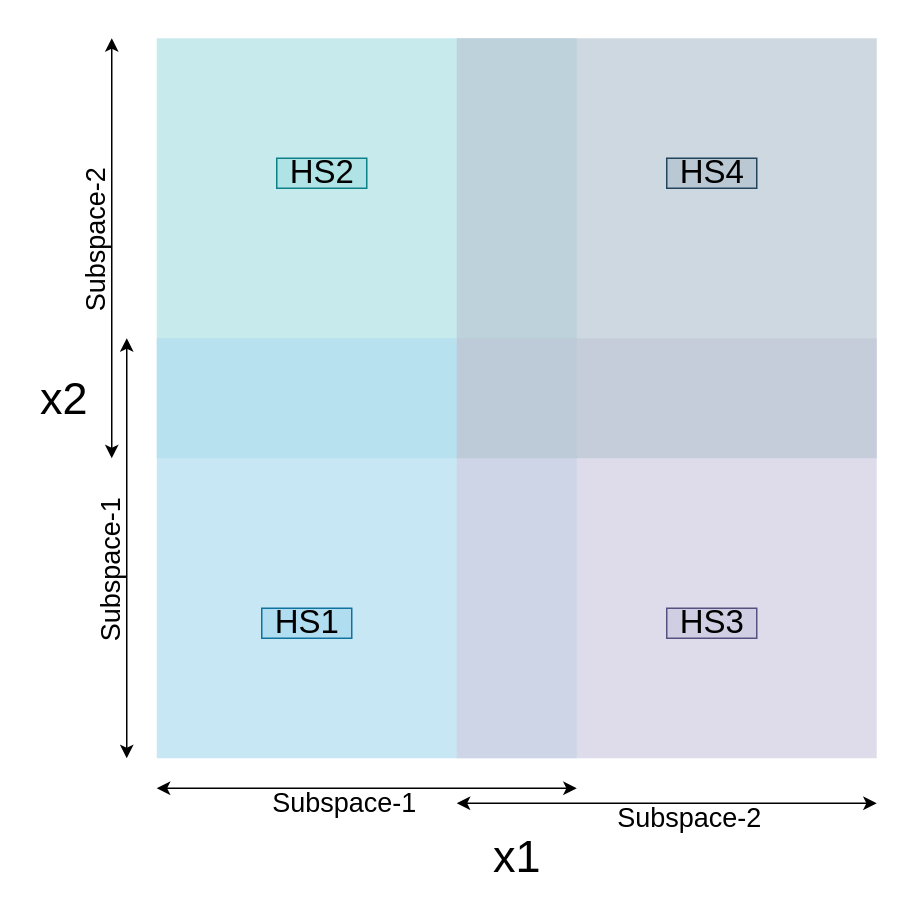
ShivaprasadNadagoudr/distributed-safe-bo keeps this draw.io diagram as page "Page-2" (2 of 7) of drawings/ovr_dbo_hyperspace.drawio. Above is the earlier version. Source tidied: cells renumbered, new cells numbered last; positions are measured from the earlier drawing's top-left corner, leaving out a move shared by most shapes. Both pictures are drawn from the tidied source at 150%, with x=0, y=0 at pixel (6, 38).
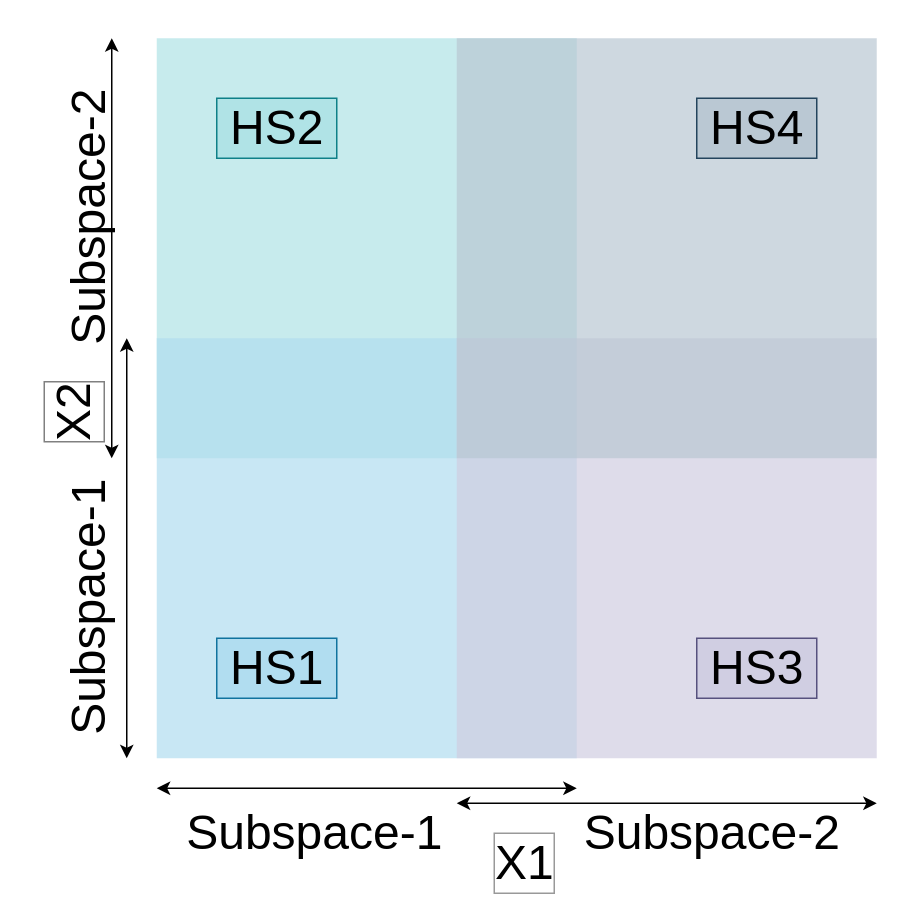
Above is the later version.

Diff of the diagram source:
```diff
@@
-    <mxCell id="2" value="&lt;font style=&quot;font-size: 30px&quot;&gt;x1&lt;/font&gt;" style="text;html=1;align=center;verticalAlign=middle;strokeColor=none;fillColor=none;" parent="1" vertex="1">
-      <mxGeometry x="315" y="530" width="50" height="30" as="geometry" />
-    </mxCell>
-    <mxCell id="3" value="&lt;font style=&quot;font-size: 30px&quot;&gt;x2&lt;/font&gt;" style="text;html=1;align=center;verticalAlign=middle;strokeColor=none;fillColor=none;" parent="1" vertex="1">
-      <mxGeometry x="13" y="225" width="50" height="30" as="geometry" />
-    </mxCell>
@@
-    <mxCell id="8" value="&lt;font style=&quot;font-size: 18px&quot;&gt;Subspace-1&lt;/font&gt;" style="text;html=1;align=center;verticalAlign=middle;strokeColor=none;fillColor=none;fontSize=30;" parent="1" vertex="1">
-      <mxGeometry x="170" y="480" width="110" height="50" as="geometry" />
-    </mxCell>
-    <mxCell id="9" value="&lt;font style=&quot;font-size: 18px&quot;&gt;Subspace-2&lt;/font&gt;" style="text;html=1;align=center;verticalAlign=middle;strokeColor=none;fillColor=none;fontSize=30;" parent="1" vertex="1">
-      <mxGeometry x="400" y="490" width="110" height="50" as="geometry" />
-    </mxCell>
-    <mxCell id="10" value="&lt;font style=&quot;font-size: 18px&quot;&gt;Subspace-1&lt;/font&gt;" style="text;html=1;align=center;verticalAlign=middle;strokeColor=none;fillColor=none;fontSize=30;rotation=270;" parent="1" vertex="1">
-      <mxGeometry x="10" y="330" width="110" height="50" as="geometry" />
-    </mxCell>
-    <mxCell id="11" value="&lt;font style=&quot;font-size: 18px&quot;&gt;Subspace-2&lt;/font&gt;" style="text;html=1;align=center;verticalAlign=middle;strokeColor=none;fillColor=none;fontSize=30;rotation=270;" parent="1" vertex="1">
-      <mxGeometry y="110" width="110" height="50" as="geometry" />
-    </mxCell>
@@
+    <mxCell id="20" value="&lt;font style=&quot;font-size: 32px;&quot;&gt;X1&lt;/font&gt;" style="text;html=1;align=center;verticalAlign=middle;strokeColor=none;fillColor=none;fontSize=32;labelBackgroundColor=none;labelBorderColor=#999999;" parent="1" vertex="1">
+      <mxGeometry x="320" y="530" width="50" height="40" as="geometry" />
+    </mxCell>
+    <mxCell id="21" value="&lt;font style=&quot;font-size: 32px;&quot;&gt;X2&lt;/font&gt;" style="text;html=1;align=center;verticalAlign=middle;strokeColor=none;fillColor=none;labelBackgroundColor=none;rotation=270;labelBorderColor=#808080;" parent="1" vertex="1">
+      <mxGeometry x="20" y="235" width="50" height="30" as="geometry" />
+    </mxCell>
+    <mxCell id="22" value="&lt;font style=&quot;font-size: 32px;&quot;&gt;Subspace-1&lt;/font&gt;" style="text;html=1;align=center;verticalAlign=middle;strokeColor=none;fillColor=none;fontSize=32;" parent="1" vertex="1">
+      <mxGeometry x="110" y="510" width="190" height="40" as="geometry" />
+    </mxCell>
+    <mxCell id="23" value="&lt;font style=&quot;font-size: 32px;&quot;&gt;Subspace-2&lt;/font&gt;" style="text;html=1;align=center;verticalAlign=middle;strokeColor=none;fillColor=none;fontSize=32;" parent="1" vertex="1">
+      <mxGeometry x="375" y="510" width="190" height="40" as="geometry" />
+    </mxCell>
+    <mxCell id="24" value="&lt;font style=&quot;font-size: 32px;&quot;&gt;Subspace-1&lt;/font&gt;" style="text;html=1;align=center;verticalAlign=middle;strokeColor=none;fillColor=none;fontSize=32;rotation=270;" parent="1" vertex="1">
+      <mxGeometry x="-40" y="360" width="190" height="40" as="geometry" />
+    </mxCell>
+    <mxCell id="25" value="&lt;font style=&quot;font-size: 32px;&quot;&gt;Subspace-2&lt;/font&gt;" style="text;html=1;align=center;verticalAlign=middle;strokeColor=none;fillColor=none;fontSize=32;rotation=270;" parent="1" vertex="1">
+      <mxGeometry x="-40" y="100" width="190" height="40" as="geometry" />
+    </mxCell>
-    <mxCell id="16" value="&lt;font style=&quot;font-size: 22px&quot;&gt;HS1&lt;/font&gt;" style="text;html=1;align=center;verticalAlign=middle;strokeColor=#10739e;fillColor=#b1ddf0;" parent="1" vertex="1">
-      <mxGeometry x="170" y="380" width="60" height="20" as="geometry" />
+    <mxCell id="16" value="&lt;font style=&quot;font-size: 32px;&quot;&gt;HS1&lt;/font&gt;" style="text;html=1;align=center;verticalAlign=middle;strokeColor=#10739e;fillColor=#b1ddf0;labelBorderColor=none;fontSize=32;" parent="1" vertex="1">
+      <mxGeometry x="140" y="400" width="80" height="40" as="geometry" />
     </mxCell>
-    <mxCell id="17" value="&lt;font style=&quot;font-size: 22px&quot;&gt;HS2&lt;/font&gt;" style="text;html=1;align=center;verticalAlign=middle;strokeColor=#0e8088;fillColor=#b0e3e6;" parent="1" vertex="1">
-      <mxGeometry x="180" y="80" width="60" height="20" as="geometry" />
+    <mxCell id="17" value="&lt;font style=&quot;font-size: 32px;&quot;&gt;HS2&lt;/font&gt;" style="text;html=1;align=center;verticalAlign=middle;strokeColor=#0e8088;fillColor=#b0e3e6;labelBorderColor=none;fontSize=32;" parent="1" vertex="1">
+      <mxGeometry x="140" y="40" width="80" height="40" as="geometry" />
     </mxCell>
-    <mxCell id="18" value="&lt;font style=&quot;font-size: 22px&quot;&gt;HS3&lt;/font&gt;" style="text;html=1;align=center;verticalAlign=middle;strokeColor=#56517e;fillColor=#d0cee2;" parent="1" vertex="1">
-      <mxGeometry x="440" y="380" width="60" height="20" as="geometry" />
+    <mxCell id="18" value="&lt;font style=&quot;font-size: 32px;&quot;&gt;HS3&lt;/font&gt;" style="text;html=1;align=center;verticalAlign=middle;strokeColor=#56517e;fillColor=#d0cee2;labelBorderColor=none;fontSize=32;" parent="1" vertex="1">
+      <mxGeometry x="460" y="400" width="80" height="40" as="geometry" />
     </mxCell>
-    <mxCell id="19" value="&lt;font style=&quot;font-size: 22px&quot;&gt;HS4&lt;/font&gt;" style="text;html=1;align=center;verticalAlign=middle;strokeColor=#23445d;fillColor=#bac8d3;" parent="1" vertex="1">
-      <mxGeometry x="440" y="80" width="60" height="20" as="geometry" />
+    <mxCell id="19" value="&lt;font style=&quot;font-size: 32px;&quot;&gt;HS4&lt;/font&gt;" style="text;html=1;align=center;verticalAlign=middle;strokeColor=#23445d;fillColor=#bac8d3;labelBorderColor=none;fontSize=32;" parent="1" vertex="1">
+      <mxGeometry x="460" y="40" width="80" height="40" as="geometry" />
     </mxCell>
```
